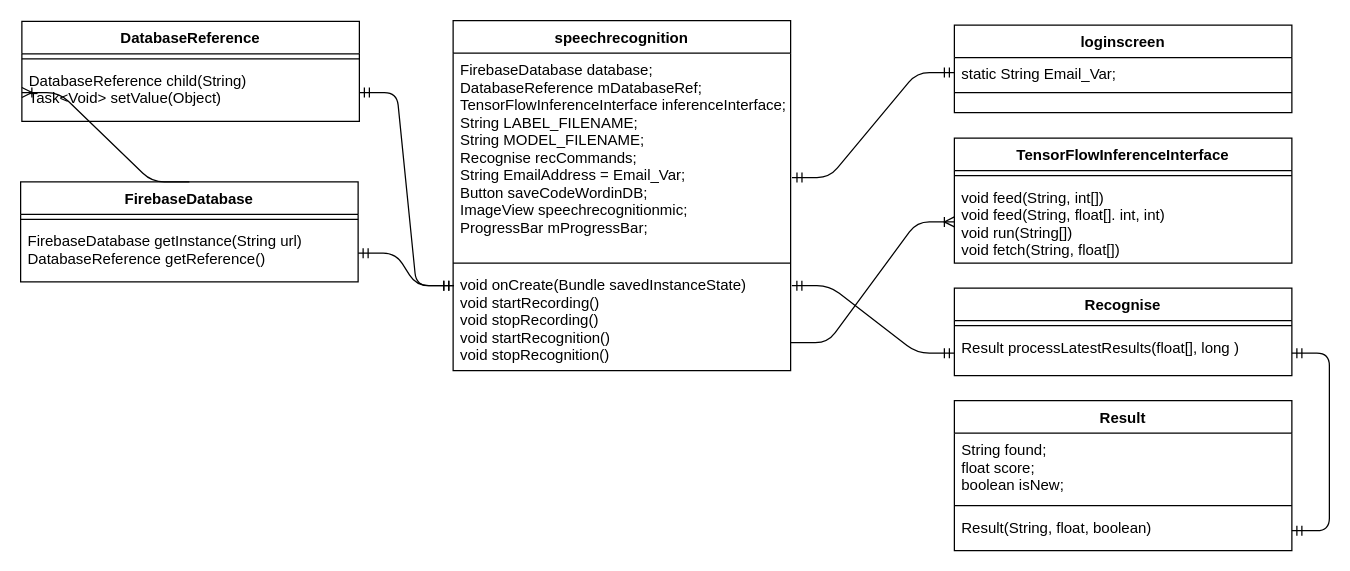
Earlier version of the draw.io diagram UML-diagram/speechrecognition class diagram.drawio (ish2nv/Computing-Project). Source tidied: cells renumbered, new cells numbered last; positions are measured from the earlier drawing's top-left corner, leaving out a move shared by most shapes. Both pictures are drawn from the tidied source at 125%, with x=0, y=0 at pixel (20, 20).
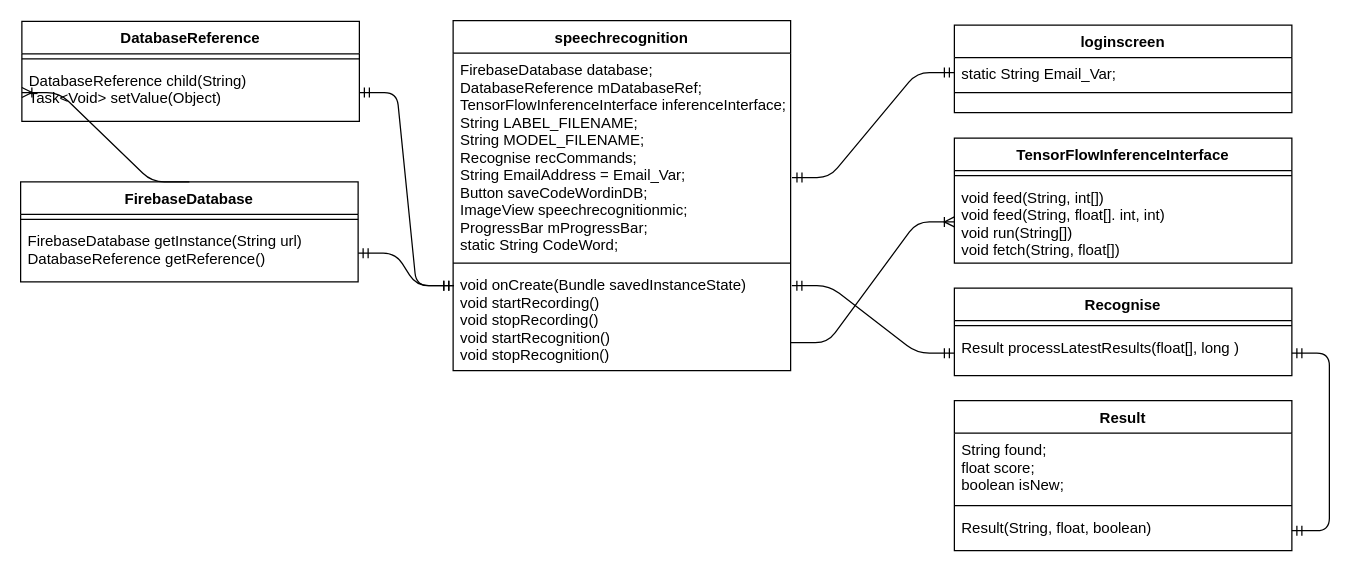
Above is the later version.

Unchanged cells that the change refers to:
```xml
<mxCell id="2" value="speechrecognition" style="swimlane;fontStyle=1;align=center;verticalAlign=top;horizontal=1;startSize=26;" parent="1" vertex="1">
  <mxGeometry x="346" width="270" height="280" as="geometry" />
</mxCell>
```

Diff of the diagram source:
```diff
@@
-    <mxCell id="3" value="FirebaseDatabase database;&#10;DatabaseReference mDatabaseRef;&#10;TensorFlowInferenceInterface inferenceInterface;&#10;String LABEL_FILENAME;&#10;String MODEL_FILENAME;&#10;Recognise recCommands;&#10;String EmailAddress = Email_Var;&#10;Button saveCodeWordinDB;&#10;ImageView speechrecognitionmic;&#10;ProgressBar mProgressBar;&#10;" style="text;strokeColor=none;fillColor=none;align=left;verticalAlign=top;spacingLeft=4;spacingRight=4;overflow=hidden;points=[[0,0.5],[1,0.5]];portConstraint=eastwest;" parent="2" vertex="1">
+    <mxCell id="3" value="FirebaseDatabase database;&#10;DatabaseReference mDatabaseRef;&#10;TensorFlowInferenceInterface inferenceInterface;&#10;String LABEL_FILENAME;&#10;String MODEL_FILENAME;&#10;Recognise recCommands;&#10;String EmailAddress = Email_Var;&#10;Button saveCodeWordinDB;&#10;ImageView speechrecognitionmic;&#10;ProgressBar mProgressBar;&#10;static String CodeWord;&#10;" style="text;strokeColor=none;fillColor=none;align=left;verticalAlign=top;spacingLeft=4;spacingRight=4;overflow=hidden;points=[[0,0.5],[1,0.5]];portConstraint=eastwest;" parent="2" vertex="1">
       <mxGeometry y="26" width="270" height="164" as="geometry" />
     </mxCell>
```
